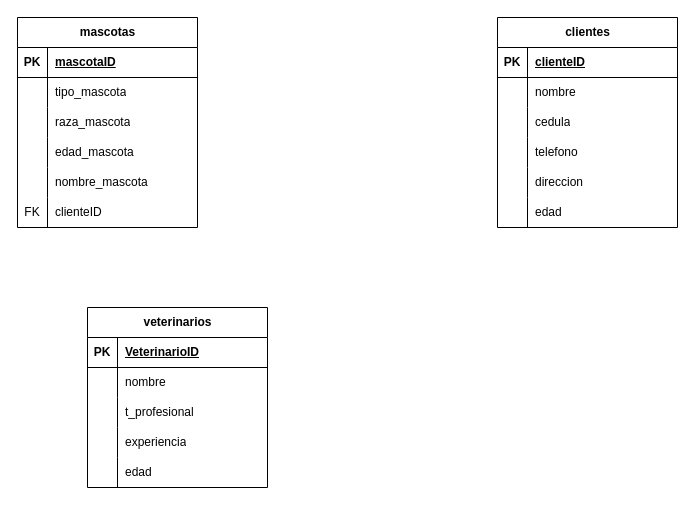
The draw.io diagram Diagrama sin título.drawio in JeffreySuarez/DEV.F-01-BD, before the edit. Source tidied: cells renumbered, new cells numbered last; positions are measured from the earlier drawing's top-left corner, leaving out a move shared by most shapes. Both pictures are drawn from the tidied source at 100%, with x=0, y=0 at pixel (17, 17).
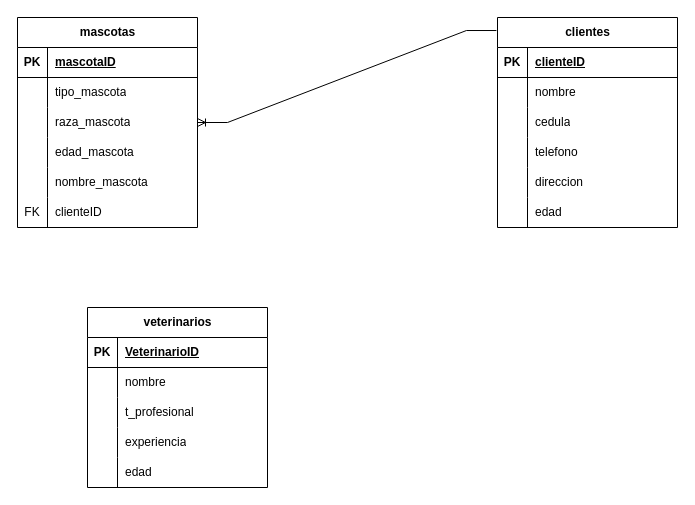
The same diagram, later.

The change refers to these unchanged cells:
```xml
<mxCell id="2" value="mascotas" style="shape=table;startSize=30;childLayout=tableLayout;rowLines=0;fontStyle=1;align=center;html=1;" parent="1" vertex="1">
  <mxGeometry width="180" height="210" as="geometry" />
</mxCell>
<mxCell id="21" value="clientes" style="shape=table;startSize=30;childLayout=tableLayout;rowLines=0;fontStyle=1;align=center;html=1;" parent="1" vertex="1">
  <mxGeometry x="480" width="180" height="210" as="geometry" />
</mxCell>
```

What changed in the source:
```diff
@@
+    <mxCell id="56" style="edgeStyle=entityRelationEdgeStyle;fontSize=12;html=1;endArrow=ERoneToMany;rounded=0;exitX=-0.006;exitY=0.062;exitDx=0;exitDy=0;exitPerimeter=0;" parent="1" edge="1" source="21" target="2">
+      <mxGeometry relative="1" as="geometry" />
+    </mxCell>
```
